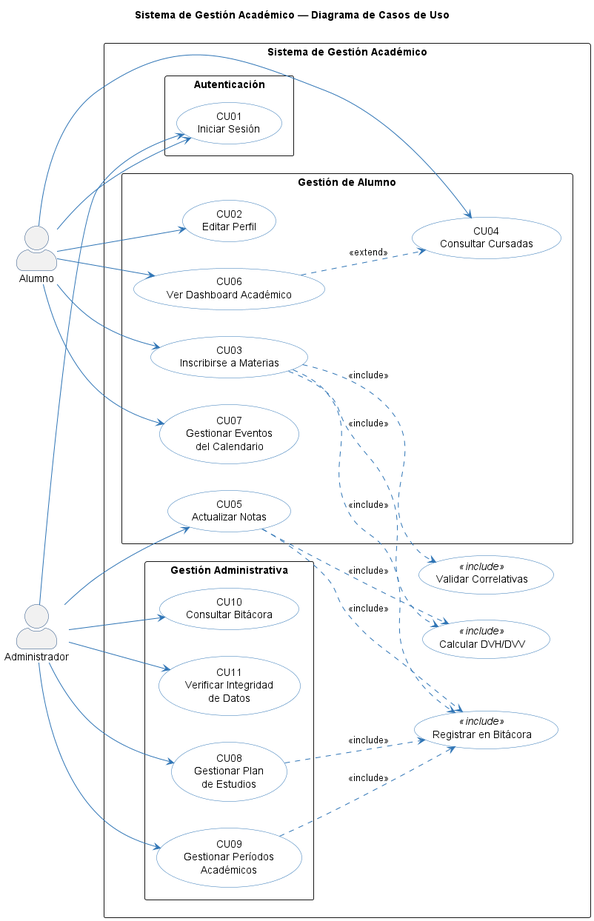
Above: DIAGRAMAS/CasosDeUso.png in Urrels/tpDYAWeb (PlantUML), before the change. The source it was exported from:
```plantuml
@startuml CasosDeUso
title Sistema de Gestión Académico — Diagrama de Casos de Uso

left to right direction
skinparam packageStyle rectangle
skinparam actorStyle awesome
skinparam usecase {
    BackgroundColor White
    BorderColor #2E74B5
    ArrowColor #2E74B5
}
skinparam actor {
    BorderColor #1F497D
}

actor Alumno as A
actor Administrador as ADM

rectangle "Sistema de Gestión Académico" {

    package "Autenticación" {
        usecase "CU01\nIniciar Sesión" as CU01
    }

    package "Gestión de Alumno" {
        usecase "CU02\nEditar Perfil" as CU02
        usecase "CU03\nInscribirse a Materias" as CU03
        usecase "CU04\nConsultar Cursadas" as CU04
        usecase "CU05\nActualizar Notas" as CU05
        usecase "CU06\nVer Dashboard Académico" as CU06
        usecase "CU07\nGestionar Eventos\ndel Calendario" as CU07
    }

    package "Gestión Administrativa" {
        usecase "CU08\nGestionar Plan\nde Estudios" as CU08
        usecase "CU09\nGestionar Períodos\nAcadémicos" as CU09
        usecase "CU10\nConsultar Bitácora" as CU10
        usecase "CU11\nVerificar Integridad\nde Datos" as CU11
    }

    usecase "Registrar en Bitácora" as BITACORA <<include>>
    usecase "Validar Correlativas" as CORREL <<include>>
    usecase "Calcular DVH/DVV" as DVV <<include>>
}

A --> CU01
A --> CU02
A --> CU03
A --> CU04
A --> CU06
A --> CU07

ADM --> CU01
ADM --> CU05
ADM --> CU08
ADM --> CU09
ADM --> CU10
ADM --> CU11

CU03 ..> CORREL : <<include>>
CU03 ..> DVV    : <<include>>
CU03 ..> BITACORA : <<include>>
CU05 ..> DVV    : <<include>>
CU05 ..> BITACORA : <<include>>
CU08 ..> BITACORA : <<include>>
CU09 ..> BITACORA : <<include>>

CU06 ..> CU04 : <<extend>>

@enduml
```
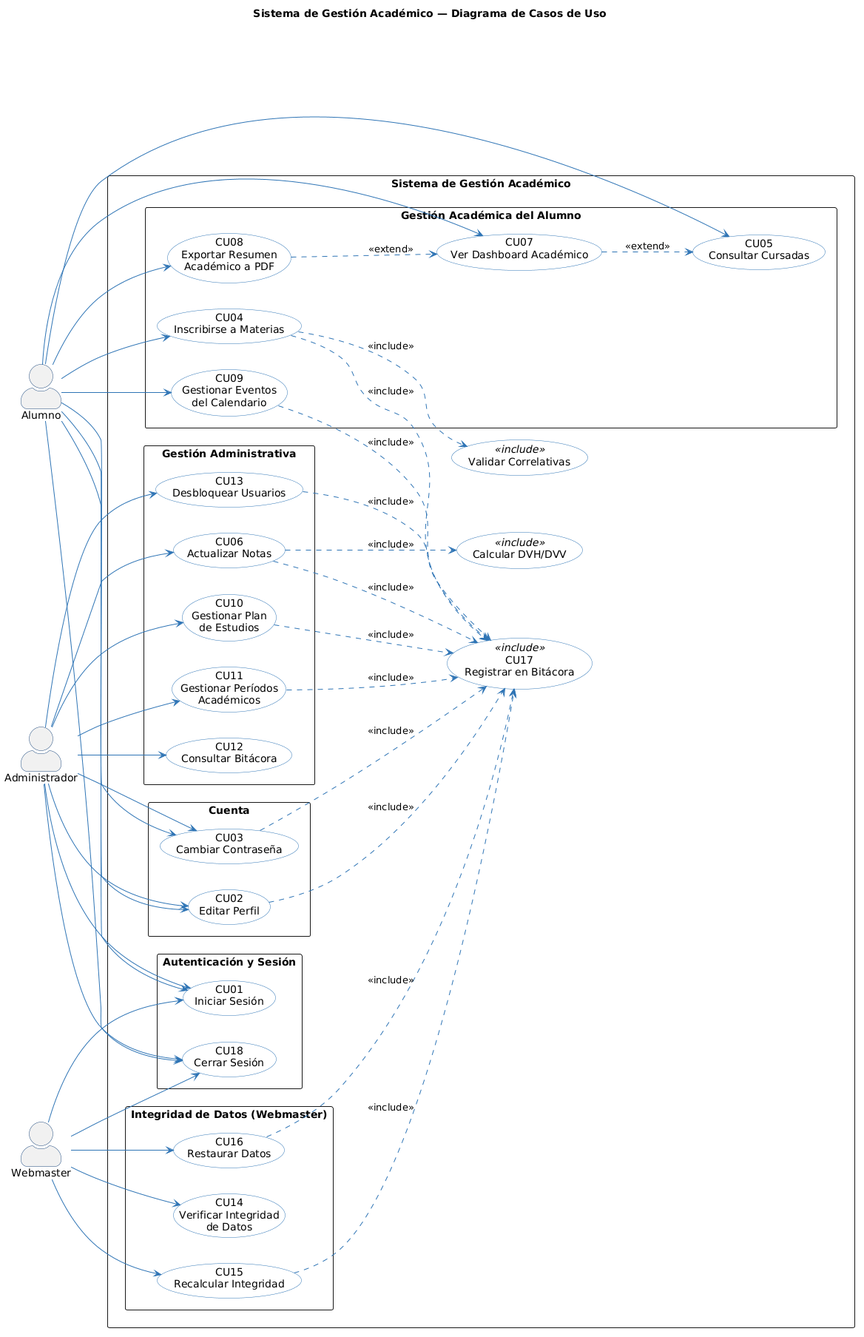
The same file after the commit.

The edit, as a diff of the source:
```diff
@@ -1,4 +1,4 @@
-@startuml CasosDeUso
+@startuml
 title Sistema de Gestión Académico — Diagrama de Casos de Uso
 
 left to right direction
@@ -15,30 +15,43 @@
 
 actor Alumno as A
 actor Administrador as ADM
+actor Webmaster as WM
 
 rectangle "Sistema de Gestión Académico" {
 
-    package "Autenticación" {
+    package "Autenticación y Sesión" {
         usecase "CU01\nIniciar Sesión" as CU01
+        usecase "CU18\nCerrar Sesión" as CU18
     }
 
-    package "Gestión de Alumno" {
+    package "Cuenta" {
         usecase "CU02\nEditar Perfil" as CU02
-        usecase "CU03\nInscribirse a Materias" as CU03
-        usecase "CU04\nConsultar Cursadas" as CU04
-        usecase "CU05\nActualizar Notas" as CU05
-        usecase "CU06\nVer Dashboard Académico" as CU06
-        usecase "CU07\nGestionar Eventos\ndel Calendario" as CU07
+        usecase "CU03\nCambiar Contraseña" as CU03
+    }
+
+    package "Gestión Académica del Alumno" {
+        usecase "CU04\nInscribirse a Materias" as CU04
+        usecase "CU05\nConsultar Cursadas" as CU05
+        usecase "CU07\nVer Dashboard Académico" as CU07
+        usecase "CU08\nExportar Resumen\nAcadémico a PDF" as CU08
+        usecase "CU09\nGestionar Eventos\ndel Calendario" as CU09
     }
 
     package "Gestión Administrativa" {
-        usecase "CU08\nGestionar Plan\nde Estudios" as CU08
-        usecase "CU09\nGestionar Períodos\nAcadémicos" as CU09
-        usecase "CU10\nConsultar Bitácora" as CU10
-        usecase "CU11\nVerificar Integridad\nde Datos" as CU11
+        usecase "CU06\nActualizar Notas" as CU06
+        usecase "CU10\nGestionar Plan\nde Estudios" as CU10
+        usecase "CU11\nGestionar Períodos\nAcadémicos" as CU11
+        usecase "CU12\nConsultar Bitácora" as CU12
+        usecase "CU13\nDesbloquear Usuarios" as CU13
     }
 
-    usecase "Registrar en Bitácora" as BITACORA <<include>>
+    package "Integridad de Datos (Webmaster)" {
+        usecase "CU14\nVerificar Integridad\nde Datos" as CU14
+        usecase "CU15\nRecalcular Integridad" as CU15
+        usecase "CU16\nRestaurar Datos" as CU16
+    }
+
+    usecase "CU17\nRegistrar en Bitácora" as BITACORA <<include>>
     usecase "Validar Correlativas" as CORREL <<include>>
     usecase "Calcular DVH/DVV" as DVV <<include>>
 }
@@ -47,24 +60,41 @@
 A --> CU02
 A --> CU03
 A --> CU04
-A --> CU06
+A --> CU05
 A --> CU07
+A --> CU08
+A --> CU09
+A --> CU18
 
 ADM --> CU01
-ADM --> CU05
-ADM --> CU08
-ADM --> CU09
+ADM --> CU02
+ADM --> CU03
+ADM --> CU06
 ADM --> CU10
 ADM --> CU11
+ADM --> CU12
+ADM --> CU13
+ADM --> CU18
 
-CU03 ..> CORREL : <<include>>
-CU03 ..> DVV    : <<include>>
+WM --> CU01
+WM --> CU14
+WM --> CU15
+WM --> CU16
+WM --> CU18
+
+CU02 ..> BITACORA : <<include>>
 CU03 ..> BITACORA : <<include>>
-CU05 ..> DVV    : <<include>>
-CU05 ..> BITACORA : <<include>>
-CU08 ..> BITACORA : <<include>>
+CU04 ..> BITACORA : <<include>>
+CU04 ..> CORREL   : <<include>>
+CU06 ..> BITACORA : <<include>>
+CU06 ..> DVV      : <<include>>
 CU09 ..> BITACORA : <<include>>
+CU10 ..> BITACORA : <<include>>
+CU11 ..> BITACORA : <<include>>
+CU13 ..> BITACORA : <<include>>
+CU15 ..> BITACORA : <<include>>
+CU16 ..> BITACORA : <<include>>
 
-CU06 ..> CU04 : <<extend>>
-
+CU07 ..> CU05 : <<extend>>
+CU08 ..> CU07 : <<extend>>
 @enduml
```
